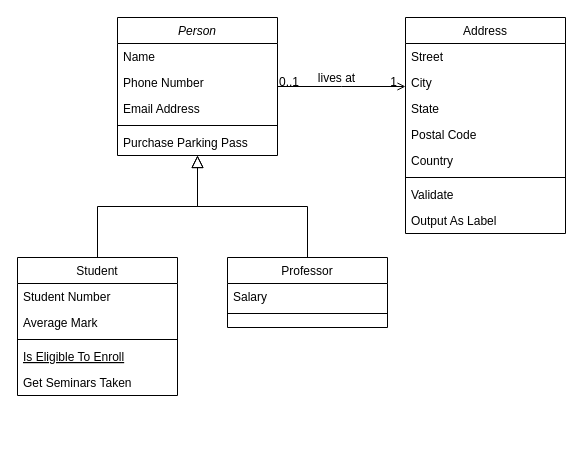
The draw.io diagram Untitled Diagram.drawio in hisouske/4dplex_ojt, before the edit. Source tidied: cells renumbered, new cells numbered last; positions are measured from the earlier drawing's top-left corner, leaving out a move shared by most shapes. Both pictures are drawn from the tidied source at 100%, with x=0, y=0 at pixel (17, 17).
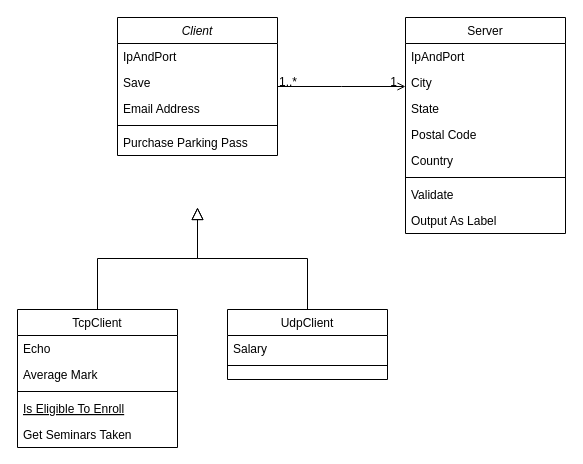
After the change.

Unchanged cells that the change refers to:
```xml
<mxCell id="28" style="endArrow=open;shadow=0;strokeWidth=1;rounded=0;endFill=1;edgeStyle=elbowEdgeStyle;elbow=vertical;" parent="1" edge="1" source="2" target="19">
  <mxGeometry x="0.5" y="41" relative="1" as="geometry">
    <mxPoint x="-40" y="32" as="offset" />
  </mxGeometry>
</mxCell>
```

What changed in the source:
```diff
@@
-    <mxCell id="2" value="Person" style="swimlane;fontStyle=2;align=center;verticalAlign=top;horizontal=1;startSize=26;rounded=0;shadow=0;strokeWidth=1;" parent="1" vertex="1">
+    <mxCell id="2" value="Client" style="swimlane;fontStyle=2;align=center;verticalAlign=top;horizontal=1;startSize=26;rounded=0;shadow=0;strokeWidth=1;" parent="1" vertex="1">
       <mxGeometry x="100" width="160" height="138" as="geometry" />
     </mxCell>
-    <mxCell id="3" value="Name" style="text;align=left;verticalAlign=top;spacingLeft=4;spacingRight=4;overflow=hidden;" parent="2" vertex="1">
+    <mxCell id="3" value="IpAndPort" style="text;align=left;verticalAlign=top;spacingLeft=4;spacingRight=4;overflow=hidden;" parent="2" vertex="1">
       <mxGeometry y="26" width="160" height="26" as="geometry" />
     </mxCell>
-    <mxCell id="4" value="Phone Number" style="text;align=left;verticalAlign=top;spacingLeft=4;spacingRight=4;overflow=hidden;rounded=0;shadow=0;html=0;" parent="2" vertex="1">
+    <mxCell id="4" value="Save" style="text;align=left;verticalAlign=top;spacingLeft=4;spacingRight=4;overflow=hidden;rounded=0;shadow=0;html=0;" parent="2" vertex="1">
       <mxGeometry y="52" width="160" height="26" as="geometry" />
     </mxCell>
@@
-    <mxCell id="8" value="Student" style="swimlane;fontStyle=0;align=center;verticalAlign=top;horizontal=1;startSize=26;rounded=0;shadow=0;strokeWidth=1;" parent="1" vertex="1">
-      <mxGeometry y="240" width="160" height="138" as="geometry" />
+    <mxCell id="8" value="TcpClient" style="swimlane;fontStyle=0;align=center;verticalAlign=top;horizontal=1;startSize=26;rounded=0;shadow=0;strokeWidth=1;" parent="1" vertex="1">
+      <mxGeometry y="292" width="160" height="138" as="geometry" />
     </mxCell>
-    <mxCell id="9" value="Student Number" style="text;align=left;verticalAlign=top;spacingLeft=4;spacingRight=4;overflow=hidden;" parent="8" vertex="1">
+    <mxCell id="9" value="Echo" style="text;align=left;verticalAlign=top;spacingLeft=4;spacingRight=4;overflow=hidden;" parent="8" vertex="1">
       <mxGeometry y="26" width="160" height="26" as="geometry" />
     </mxCell>
@@
-    <mxCell id="14" style="endArrow=block;endSize=10;endFill=0;shadow=0;strokeWidth=1;rounded=0;edgeStyle=elbowEdgeStyle;elbow=vertical;" parent="1" edge="1" source="8" target="2">
-      <mxGeometry relative="1" as="geometry" />
+    <mxCell id="14" style="endArrow=block;endSize=10;endFill=0;shadow=0;strokeWidth=1;rounded=0;edgeStyle=elbowEdgeStyle;elbow=vertical;" parent="1" edge="1" source="8">
+      <mxGeometry relative="1" as="geometry">
+        <mxPoint x="180" y="190" as="targetPoint" />
+      </mxGeometry>
     </mxCell>
-    <mxCell id="15" value="Professor" style="swimlane;fontStyle=0;align=center;verticalAlign=top;horizontal=1;startSize=26;rounded=0;shadow=0;strokeWidth=1;" parent="1" vertex="1">
-      <mxGeometry x="210" y="240" width="160" height="70" as="geometry" />
+    <mxCell id="15" value="UdpClient" style="swimlane;fontStyle=0;align=center;verticalAlign=top;horizontal=1;startSize=26;rounded=0;shadow=0;strokeWidth=1;" parent="1" vertex="1">
+      <mxGeometry x="210" y="292" width="160" height="70" as="geometry" />
     </mxCell>
@@
-    <mxCell id="18" style="endArrow=block;endSize=10;endFill=0;shadow=0;strokeWidth=1;rounded=0;edgeStyle=elbowEdgeStyle;elbow=vertical;" parent="1" edge="1" source="15" target="2">
-      <mxGeometry relative="1" as="geometry" />
+    <mxCell id="18" style="endArrow=block;endSize=10;endFill=0;shadow=0;strokeWidth=1;rounded=0;edgeStyle=elbowEdgeStyle;elbow=vertical;" parent="1" edge="1" source="15">
+      <mxGeometry relative="1" as="geometry">
+        <mxPoint x="180" y="190" as="targetPoint" />
+      </mxGeometry>
     </mxCell>
-    <mxCell id="19" value="Address" style="swimlane;fontStyle=0;align=center;verticalAlign=top;horizontal=1;startSize=26;rounded=0;shadow=0;strokeWidth=1;" parent="1" vertex="1">
+    <mxCell id="19" value="Server" style="swimlane;fontStyle=0;align=center;verticalAlign=top;horizontal=1;startSize=26;rounded=0;shadow=0;strokeWidth=1;" parent="1" vertex="1">
       <mxGeometry x="388" width="160" height="216" as="geometry" />
     </mxCell>
-    <mxCell id="20" value="Street" style="text;align=left;verticalAlign=top;spacingLeft=4;spacingRight=4;overflow=hidden;" parent="19" vertex="1">
+    <mxCell id="20" value="IpAndPort" style="text;align=left;verticalAlign=top;spacingLeft=4;spacingRight=4;overflow=hidden;" parent="19" vertex="1">
       <mxGeometry y="26" width="160" height="26" as="geometry" />
     </mxCell>
@@
-    <mxCell id="29" value="0..1" style="align=left;verticalAlign=bottom;labelBackgroundColor=none;fontSize=12;" parent="28" vertex="1">
+    <mxCell id="29" value="1..*" style="align=left;verticalAlign=bottom;labelBackgroundColor=none;fontSize=12;" parent="28" vertex="1">
       <mxGeometry x="-1" relative="1" as="geometry">
         <mxPoint y="4" as="offset" />
       </mxGeometry>
     </mxCell>
@@
-    <mxCell id="31" value="lives at" style="text;html=1;align=center;verticalAlign=middle;labelBackgroundColor=none;rounded=0;shadow=0;strokeWidth=1;fontSize=12;" parent="28" vertex="1">
-      <mxGeometry x="0.5" y="49" relative="1" as="geometry">
-        <mxPoint x="-38" y="40" as="offset" />
-      </mxGeometry>
-    </mxCell>
```
